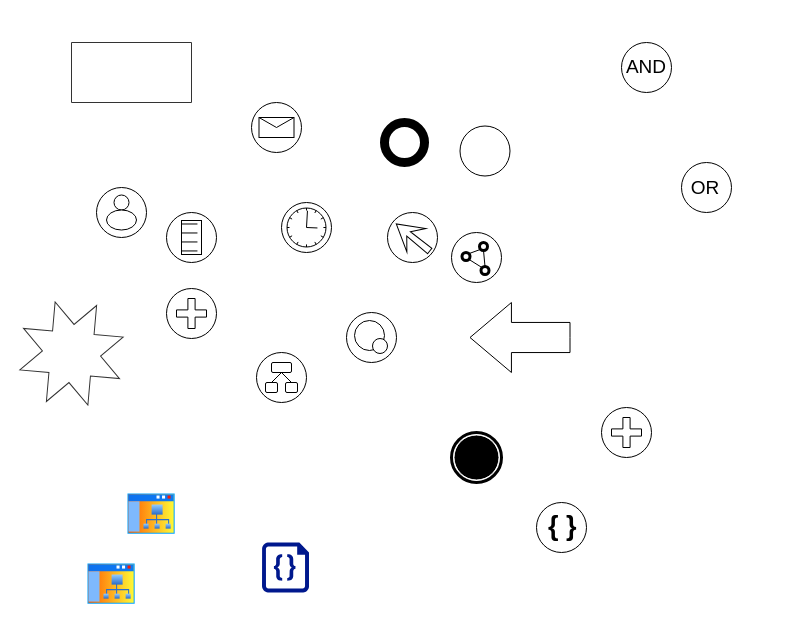
Before: assets/icons.drawio in cnshsliu/cocopad, a draw.io diagram. Source tidied: cells renumbered, new cells numbered last; positions are measured from the earlier drawing's top-left corner, leaving out a move shared by most shapes. Both pictures are drawn from the tidied source at 100%, with x=0, y=0 at pixel (21, 42).
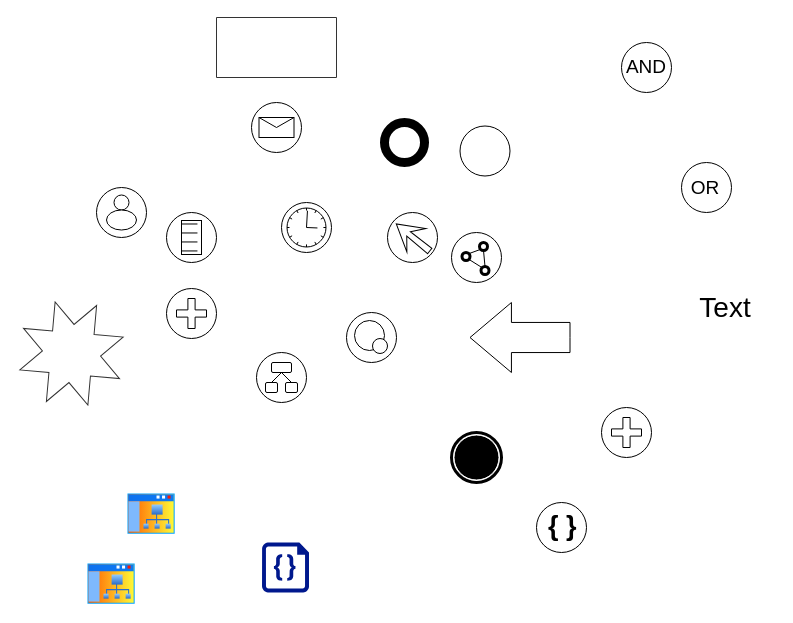
After the change.

What changed in the source:
```diff
@@
     <mxCell id="37" style="verticalLabelPosition=bottom;verticalAlign=top;html=1;shape=mxgraph.basic.rect;fillColor=none;fillColor2=none;strokeColor=#333333;strokeWidth=1;size=20;indent=5;" parent="1" vertex="1">
-      <mxGeometry x="50" width="120" height="60" as="geometry" />
+      <mxGeometry x="195" y="-25" width="120" height="60" as="geometry" />
     </mxCell>
@@
+    <mxCell id="43" value="Text" style="text;html=1;strokeColor=none;fillColor=none;align=center;verticalAlign=middle;whiteSpace=wrap;rounded=0;fontSize=28;" parent="1" vertex="1">
+      <mxGeometry x="654" y="240" width="100" height="50" as="geometry" />
+    </mxCell>
```
